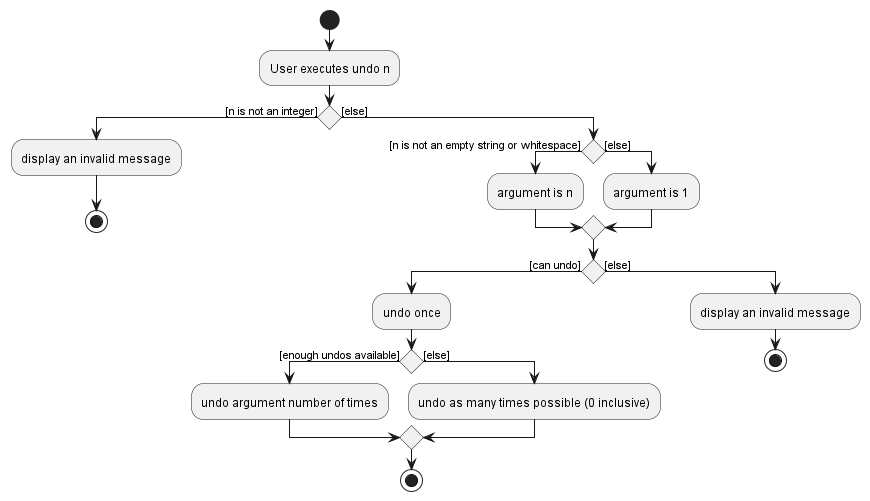
Above: docs/images/UndoActivityDiagram.png in nus-cs2103-AY2223S2/tp (PlantUML), before the change.
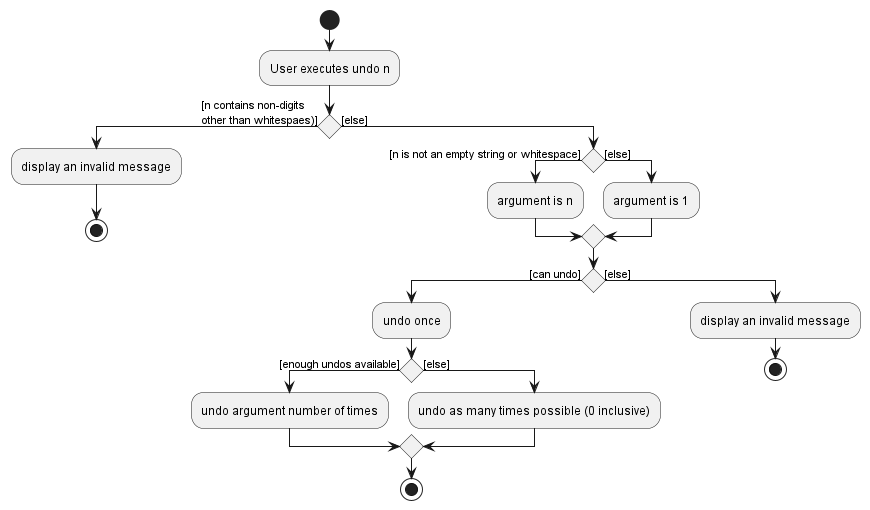
Above is the later version.

What changed in the source:
```diff
@@ -2,7 +2,7 @@
 
 start
 :User executes undo n;
-if () then ([n is not an integer])
+if () then ([n contains non-digits \nother than whitespaes)])
     :display an invalid message;
     stop
 else ([else])
```
